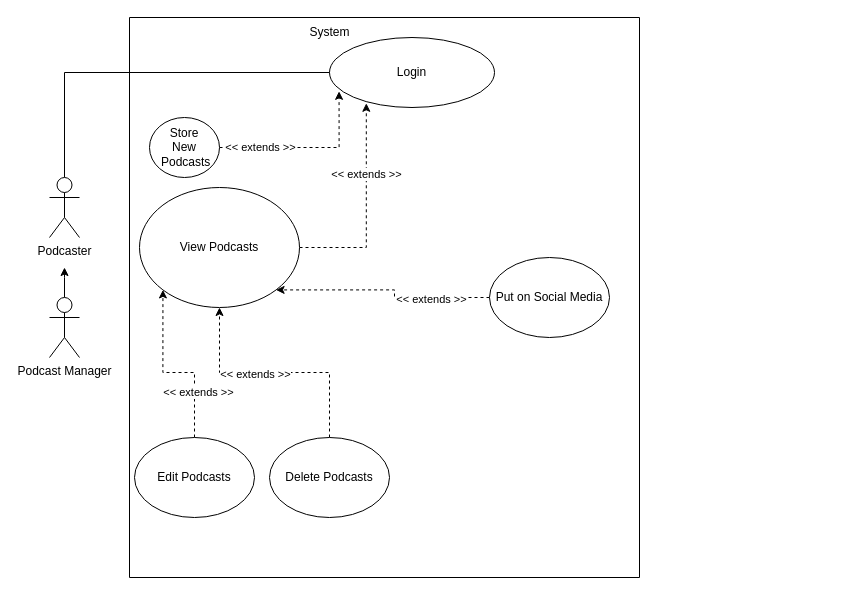
Above: use-case-diagram.drawio in Glizzus/COMP-3700 (draw.io), before the change. Source tidied: cells renumbered, new cells numbered last; positions are measured from the earlier drawing's top-left corner, leaving out a move shared by most shapes. Both pictures are drawn from the tidied source at 100%, with x=0, y=0 at pixel (49, 17).
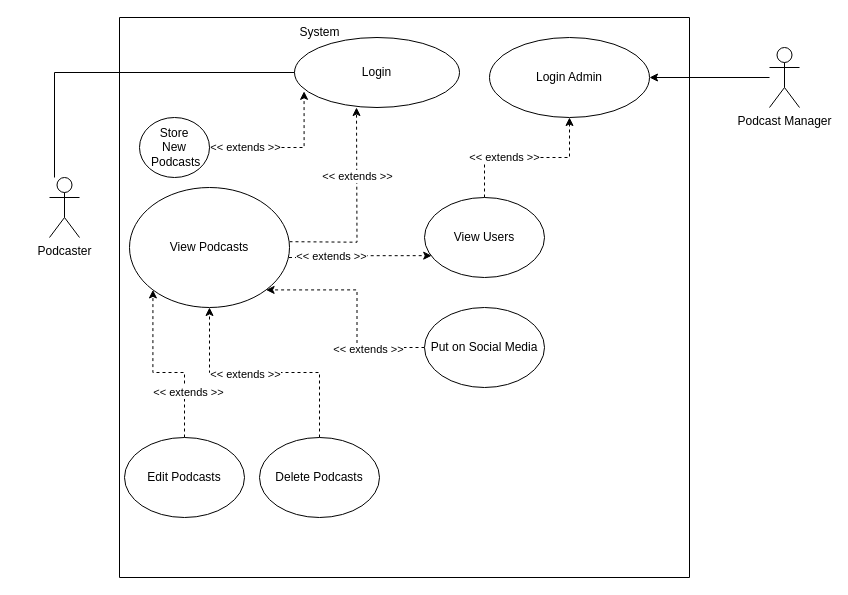
After the change.

Commit message:
added admin login

The change refers to these unchanged cells:
```xml
<mxCell id="10" value="View Podcasts" style="ellipse;whiteSpace=wrap;html=1;" parent="2" vertex="1">
  <mxGeometry x="10" y="170" width="160" height="120" as="geometry" />
</mxCell>
```

Diff of the diagram source:
```diff
@@
     <mxCell id="2" style="swimlane;startSize=0;" parent="1" vertex="1">
-      <mxGeometry x="80" width="510" height="560" as="geometry" />
+      <mxGeometry x="70" width="570" height="560" as="geometry" />
     </mxCell>
@@
     <mxCell id="4" value="Login" style="ellipse;whiteSpace=wrap;html=1;" parent="2" vertex="1">
-      <mxGeometry x="200" y="20" width="165" height="70" as="geometry" />
+      <mxGeometry x="175" y="20" width="165" height="70" as="geometry" />
     </mxCell>
@@
-    <mxCell id="8" style="edgeStyle=orthogonalEdgeStyle;rounded=0;jettySize=auto;html=1;entryX=0.223;entryY=0.94;entryDx=0;entryDy=0;entryPerimeter=0;dashed=1;" parent="2" edge="1" source="10" target="4">
-      <mxGeometry relative="1" as="geometry" />
+    <mxCell id="8" style="edgeStyle=orthogonalEdgeStyle;rounded=0;orthogonalLoop=1;jettySize=auto;html=1;dashed=1;" parent="2" edge="1">
+      <mxGeometry relative="1" as="geometry">
+        <mxPoint x="170" y="224.2" as="sourcePoint" />
+        <mxPoint x="237" y="90" as="targetPoint" />
+      </mxGeometry>
     </mxCell>
@@
+    <mxCell id="24" style="edgeStyle=orthogonalEdgeStyle;rounded=0;jettySize=auto;html=1;dashed=1;entryX=0.06;entryY=0.727;entryDx=0;entryDy=0;entryPerimeter=0;" parent="2" edge="1" target="28">
+      <mxGeometry relative="1" as="geometry">
+        <mxPoint x="169.5" y="240" as="sourcePoint" />
+      </mxGeometry>
+    </mxCell>
+    <mxCell id="25" value="&amp;lt;&amp;lt; extends &amp;gt;&amp;gt;" style="edgeLabel;html=1;align=center;verticalAlign=middle;" parent="24" vertex="1">
+      <mxGeometry x="-0.42" y="2" relative="1" as="geometry" />
+    </mxCell>
@@
     <mxCell id="19" value="Put on Social Media" style="ellipse;whiteSpace=wrap;html=1;" parent="2" vertex="1">
-      <mxGeometry x="360" y="240" width="120" height="80" as="geometry" />
+      <mxGeometry x="305" y="290" width="120" height="80" as="geometry" />
     </mxCell>
@@
+    <mxCell id="26" style="edgeStyle=orthogonalEdgeStyle;rounded=0;jettySize=auto;html=1;entryX=0.5;entryY=1;entryDx=0;entryDy=0;dashed=1;" parent="2" edge="1" source="28" target="29">
+      <mxGeometry relative="1" as="geometry" />
+    </mxCell>
+    <mxCell id="27" value="&amp;lt;&amp;lt; extends &amp;gt;&amp;gt;" style="edgeLabel;html=1;align=center;verticalAlign=middle;" parent="26" vertex="1">
+      <mxGeometry x="-0.28" y="1" relative="1" as="geometry" />
+    </mxCell>
+    <mxCell id="28" value="View Users" style="ellipse;whiteSpace=wrap;html=1;" parent="2" vertex="1">
+      <mxGeometry x="305" y="180" width="120" height="80" as="geometry" />
+    </mxCell>
+    <mxCell id="29" value="Login Admin" style="ellipse;whiteSpace=wrap;html=1;" parent="2" vertex="1">
+      <mxGeometry x="370" y="20" width="160" height="80" as="geometry" />
+    </mxCell>
@@
-    <mxCell id="22" style="edgeStyle=orthogonalEdgeStyle;rounded=0;jettySize=auto;html=1;" parent="1" edge="1" source="23">
-      <mxGeometry relative="1" as="geometry">
-        <mxPoint x="15" y="250" as="targetPoint" />
-      </mxGeometry>
-    </mxCell>
+    <mxCell id="30" style="edgeStyle=orthogonalEdgeStyle;rounded=0;jettySize=auto;html=1;entryX=1;entryY=0.5;entryDx=0;entryDy=0;" parent="1" edge="1" source="23" target="29">
+      <mxGeometry relative="1" as="geometry" />
+    </mxCell>
     <mxCell id="23" value="Podcast Manager" style="shape=umlActor;verticalLabelPosition=bottom;verticalAlign=top;html=1;outlineConnect=0;" parent="1" vertex="1">
-      <mxGeometry y="280" width="30" height="60" as="geometry" />
+      <mxGeometry x="720" y="30" width="30" height="60" as="geometry" />
     </mxCell>
```
